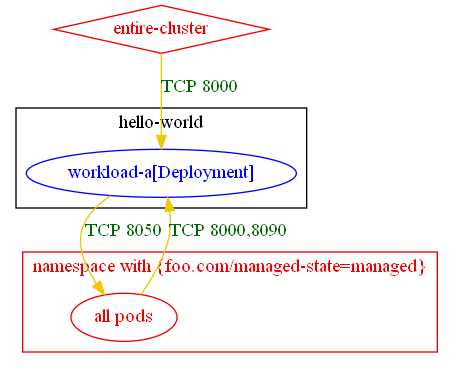
np-guard/netpol-analyzer keeps this Graphviz diagram as test_outputs/connlist/exposure_test_same_unmatched_rule_in_ingress_egress_connlist_output.dot.png. Above is the earlier version. Its source is kept beside it as test_outputs/connlist/exposure_test_same_unmatched_rule_in_ingress_egress_connlist_output.dot.
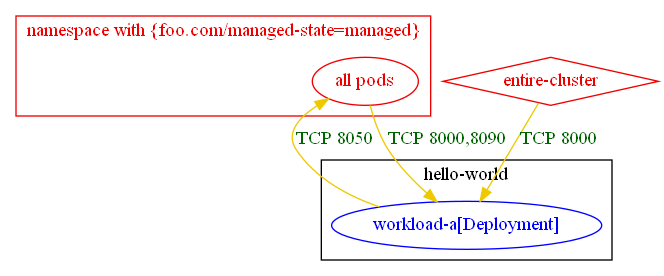
The same file after the commit.

The edit, as a diff of the source:
```diff
@@ -12,7 +12,7 @@
 		label="namespace with {foo.com/managed-state=managed}"
 	}
 	"entire-cluster" [label="entire-cluster" color="red2" fontcolor="red2" shape=diamond]
-	"all pods_in_namespace with {foo.com/managed-state=managed}" -> "hello-world/workload-a[Deployment]" [label="TCP 8000,8090" color="gold2" fontcolor="darkgreen"]
-	"entire-cluster" -> "hello-world/workload-a[Deployment]" [label="TCP 8000" color="gold2" fontcolor="darkgreen"]
-	"hello-world/workload-a[Deployment]" -> "all pods_in_namespace with {foo.com/managed-state=managed}" [label="TCP 8050" color="gold2" fontcolor="darkgreen"]
+	"all pods_in_namespace with {foo.com/managed-state=managed}" -> "hello-world/workload-a[Deployment]" [label="TCP 8000,8090" color="gold2" fontcolor="darkgreen" weight=1]
+	"entire-cluster" -> "hello-world/workload-a[Deployment]" [label="TCP 8000" color="gold2" fontcolor="darkgreen" weight=1]
+	"hello-world/workload-a[Deployment]" -> "all pods_in_namespace with {foo.com/managed-state=managed}" [label="TCP 8050" color="gold2" fontcolor="darkgreen" weight=0.5]
 }
```
